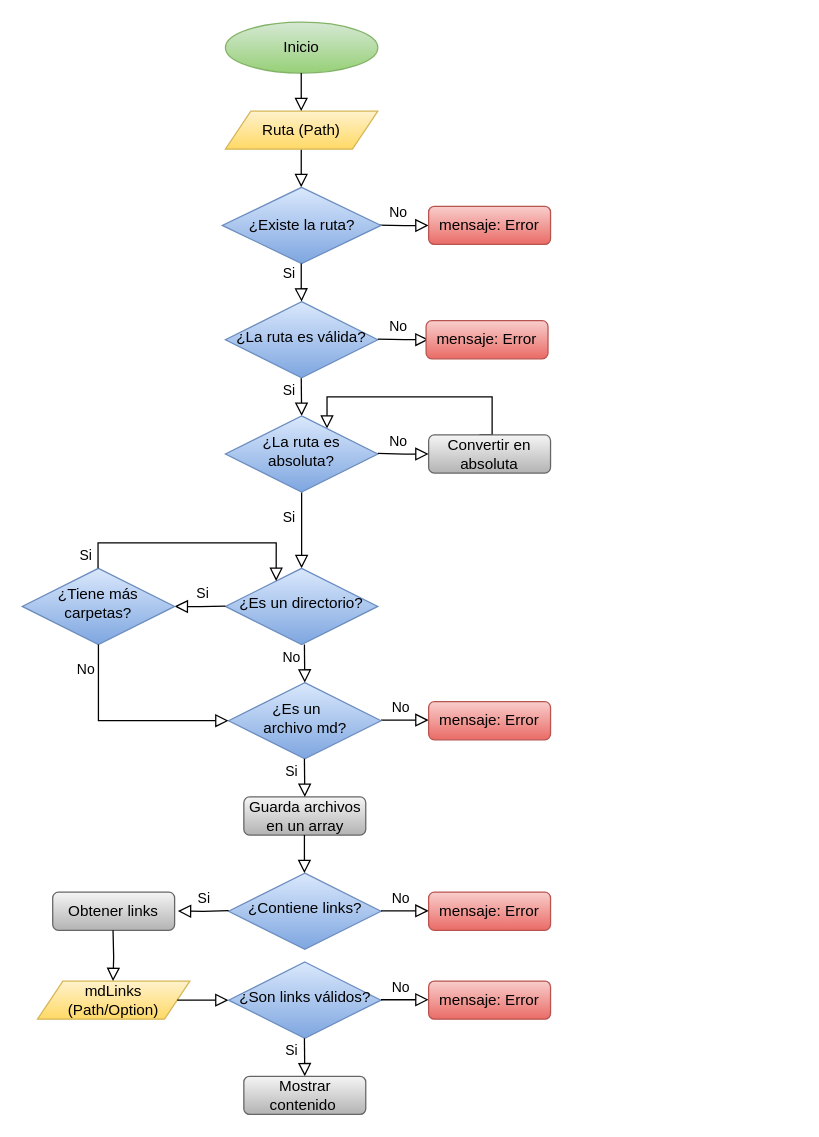
Above: Diagrama sin título.drawio in GabrielaMolinaCartes/DEV007-md-links (draw.io), before the change. Source tidied: cells renumbered, new cells numbered last; positions are measured from the earlier drawing's top-left corner, leaving out a move shared by most shapes. Both pictures are drawn from the tidied source at 127%, with x=0, y=0 at pixel (22, 22).
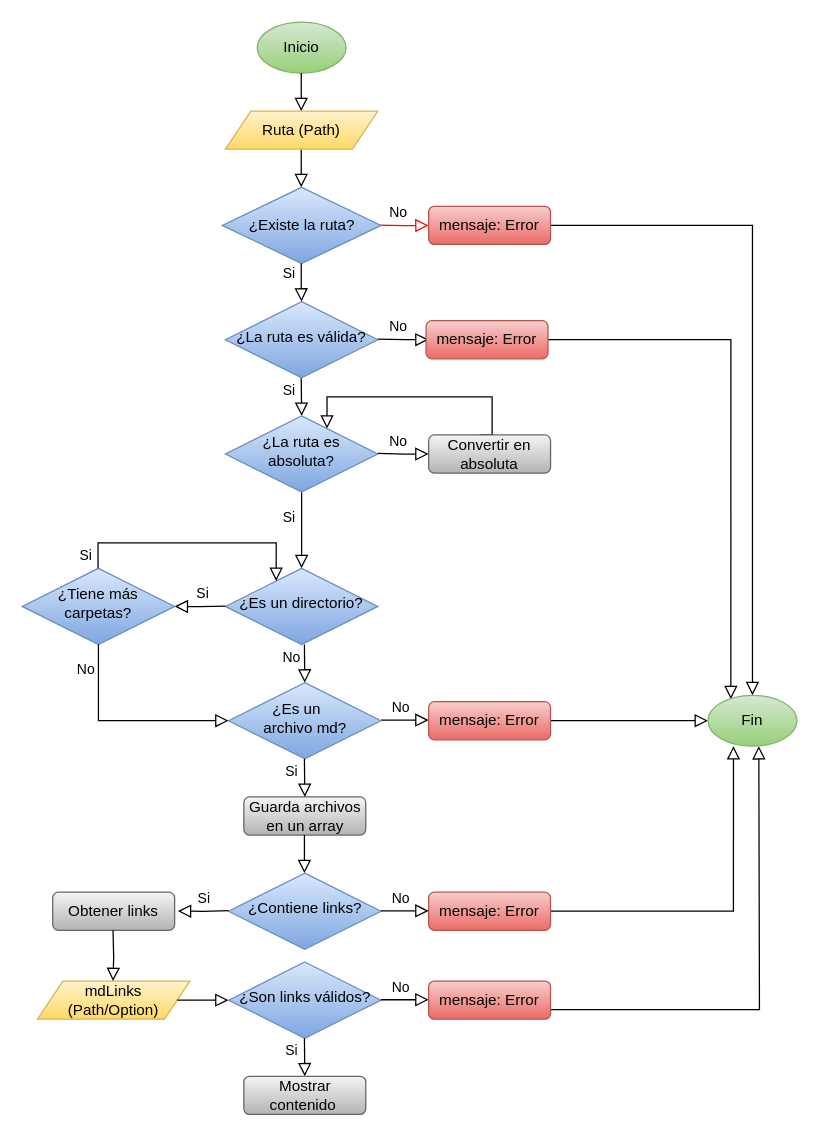
The same diagram, later.

The change refers to these unchanged cells:
```xml
<mxCell id="5" value="mensaje: Error" style="rounded=1;whiteSpace=wrap;html=1;fontSize=12;glass=0;strokeWidth=1;shadow=0;fillColor=#f8cecc;strokeColor=#b85450;gradientColor=#ea6b66;" parent="1" vertex="1">
  <mxGeometry x="320" y="145" width="96" height="30" as="geometry" />
</mxCell>
<mxCell id="17" value="mensaje: Error" style="rounded=1;whiteSpace=wrap;html=1;fontSize=12;glass=0;strokeWidth=1;shadow=0;fillColor=#f8cecc;strokeColor=#b85450;gradientColor=#ea6b66;" parent="1" vertex="1">
  <mxGeometry x="318" y="235" width="96" height="30" as="geometry" />
</mxCell>
<mxCell id="25" value="mensaje: Error" style="rounded=1;whiteSpace=wrap;html=1;fontSize=12;glass=0;strokeWidth=1;shadow=0;fillColor=#f8cecc;strokeColor=#b85450;gradientColor=#ea6b66;" parent="1" vertex="1">
  <mxGeometry x="320" y="535" width="96" height="30" as="geometry" />
</mxCell>
<mxCell id="32" value="mensaje: Error" style="rounded=1;whiteSpace=wrap;html=1;fontSize=12;glass=0;strokeWidth=1;shadow=0;fillColor=#f8cecc;strokeColor=#b85450;gradientColor=#ea6b66;" parent="1" vertex="1">
  <mxGeometry x="320" y="685" width="96" height="30" as="geometry" />
</mxCell>
<mxCell id="41" value="mensaje: Error" style="rounded=1;whiteSpace=wrap;html=1;fontSize=12;glass=0;strokeWidth=1;shadow=0;fillColor=#f8cecc;strokeColor=#b85450;gradientColor=#ea6b66;" parent="1" vertex="1">
  <mxGeometry x="320" y="755" width="96" height="30" as="geometry" />
</mxCell>
```

Diff of the diagram source:
```diff
@@
-    <mxCell id="3" value="No" style="edgeStyle=orthogonalEdgeStyle;rounded=0;html=1;jettySize=auto;orthogonalLoop=1;fontSize=11;endArrow=block;endFill=0;endSize=8;strokeWidth=1;shadow=0;labelBackgroundColor=none;" parent="1" edge="1">
+    <mxCell id="3" value="No" style="edgeStyle=orthogonalEdgeStyle;rounded=0;html=1;jettySize=auto;orthogonalLoop=1;fontSize=11;endArrow=block;endFill=0;endSize=8;strokeWidth=1;shadow=0;labelBackgroundColor=none;strokeColor=#ed0c0c;" parent="1" edge="1">
       <mxGeometry x="-0.2" y="10" relative="1" as="geometry">
         <mxPoint x="280" y="159.7" as="sourcePoint" />
         <mxPoint x="320" y="160" as="targetPoint" />
       </mxGeometry>
     </mxCell>
@@
+    <mxCell id="44" style="edgeStyle=orthogonalEdgeStyle;rounded=0;jettySize=auto;html=1;exitX=1;exitY=0.5;exitDx=0;exitDy=0;entryX=0.5;entryY=0;entryDx=0;entryDy=0;endArrow=block;endFill=0;endSize=8;" parent="1" edge="1" source="5" target="49">
+      <mxGeometry relative="1" as="geometry" />
+    </mxCell>
@@
     <mxCell id="9" value="Inicio" style="ellipse;whiteSpace=wrap;html=1;fillColor=#d5e8d4;strokeColor=#82b366;gradientColor=#97d077;" parent="1" vertex="1">
-      <mxGeometry x="160" width="120" height="40" as="geometry" />
+      <mxGeometry x="185" width="70" height="40" as="geometry" />
     </mxCell>
@@
+    <mxCell id="45" style="edgeStyle=orthogonalEdgeStyle;rounded=0;jettySize=auto;html=1;exitX=1;exitY=0.5;exitDx=0;exitDy=0;entryX=0.257;entryY=0.075;entryDx=0;entryDy=0;entryPerimeter=0;endArrow=block;endFill=0;endSize=8;" parent="1" edge="1" source="17" target="49">
+      <mxGeometry relative="1" as="geometry" />
+    </mxCell>
@@
+    <mxCell id="46" style="edgeStyle=orthogonalEdgeStyle;rounded=0;jettySize=auto;html=1;exitX=1;exitY=0.5;exitDx=0;exitDy=0;endArrow=block;endFill=0;strokeWidth=1;endSize=8;" parent="1" edge="1" source="25" target="49">
+      <mxGeometry relative="1" as="geometry" />
+    </mxCell>
@@
+    <mxCell id="47" style="edgeStyle=orthogonalEdgeStyle;rounded=0;jettySize=auto;html=1;exitX=1;exitY=0.5;exitDx=0;exitDy=0;entryX=0.286;entryY=1;entryDx=0;entryDy=0;entryPerimeter=0;endArrow=block;endFill=0;endSize=8;" parent="1" edge="1" source="32" target="49">
+      <mxGeometry relative="1" as="geometry" />
+    </mxCell>
@@
+    <mxCell id="48" style="edgeStyle=orthogonalEdgeStyle;rounded=0;jettySize=auto;html=1;exitX=1;exitY=0.75;exitDx=0;exitDy=0;endArrow=block;endFill=0;endSize=8;" parent="1" edge="1" source="41">
+      <mxGeometry relative="1" as="geometry">
+        <mxPoint x="580" y="570" as="targetPoint" />
+      </mxGeometry>
+    </mxCell>
@@
+    <mxCell id="49" value="Fin" style="ellipse;whiteSpace=wrap;html=1;fillColor=#d5e8d4;strokeColor=#82b366;gradientColor=#97d077;" parent="1" vertex="1">
+      <mxGeometry x="540" y="530" width="70" height="40" as="geometry" />
+    </mxCell>
```
